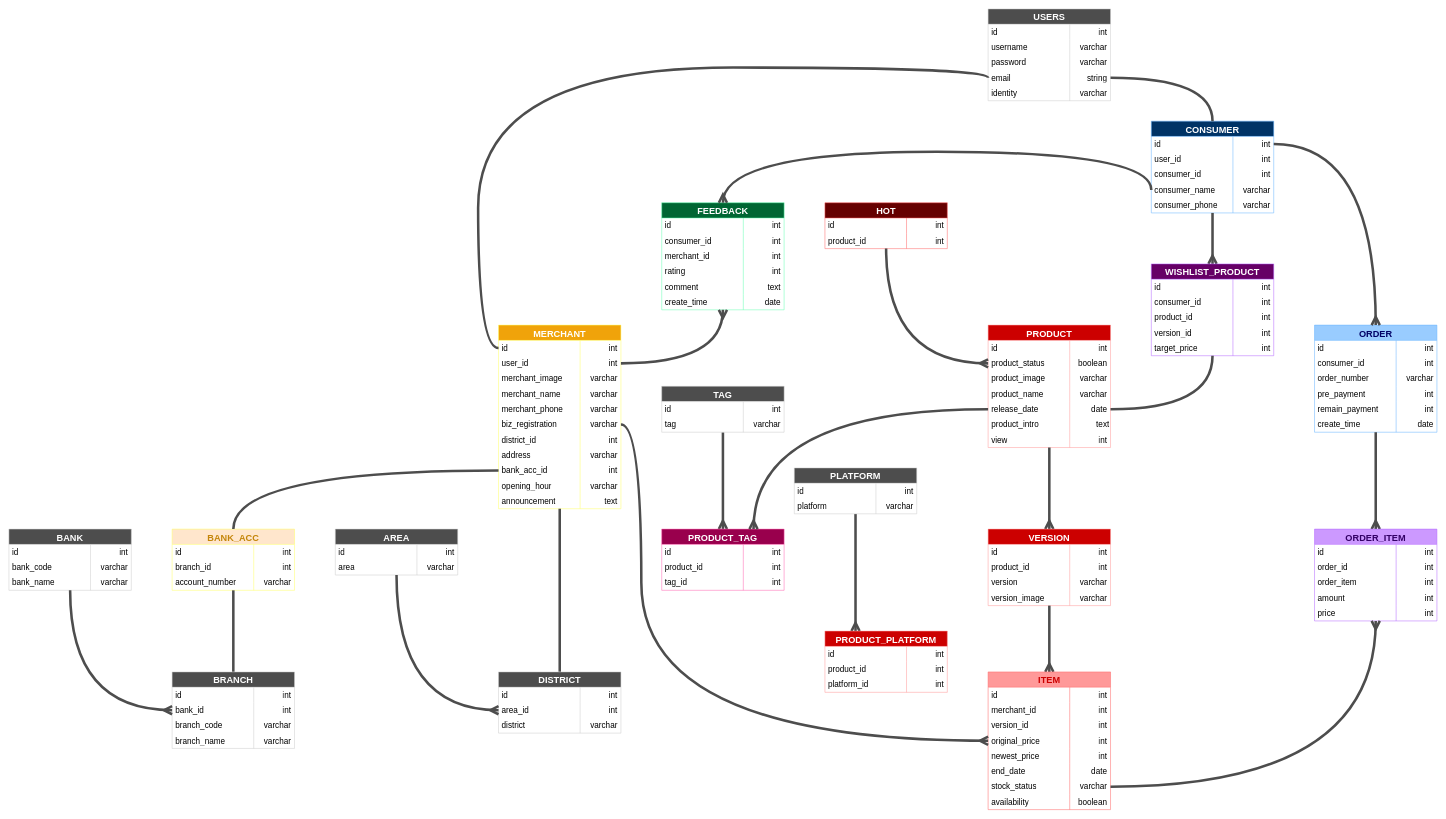
This is guideline/sql_diagram/erd.drawio from Wils0nLin/FRD-Project, a draw.io file, before an edit. Source tidied: cells renumbered, new cells numbered last; positions are measured from the earlier drawing's top-left corner, leaving out a move shared by most shapes. Both pictures are drawn from the tidied source at 51%, with x=0, y=0 at pixel (9, 9).
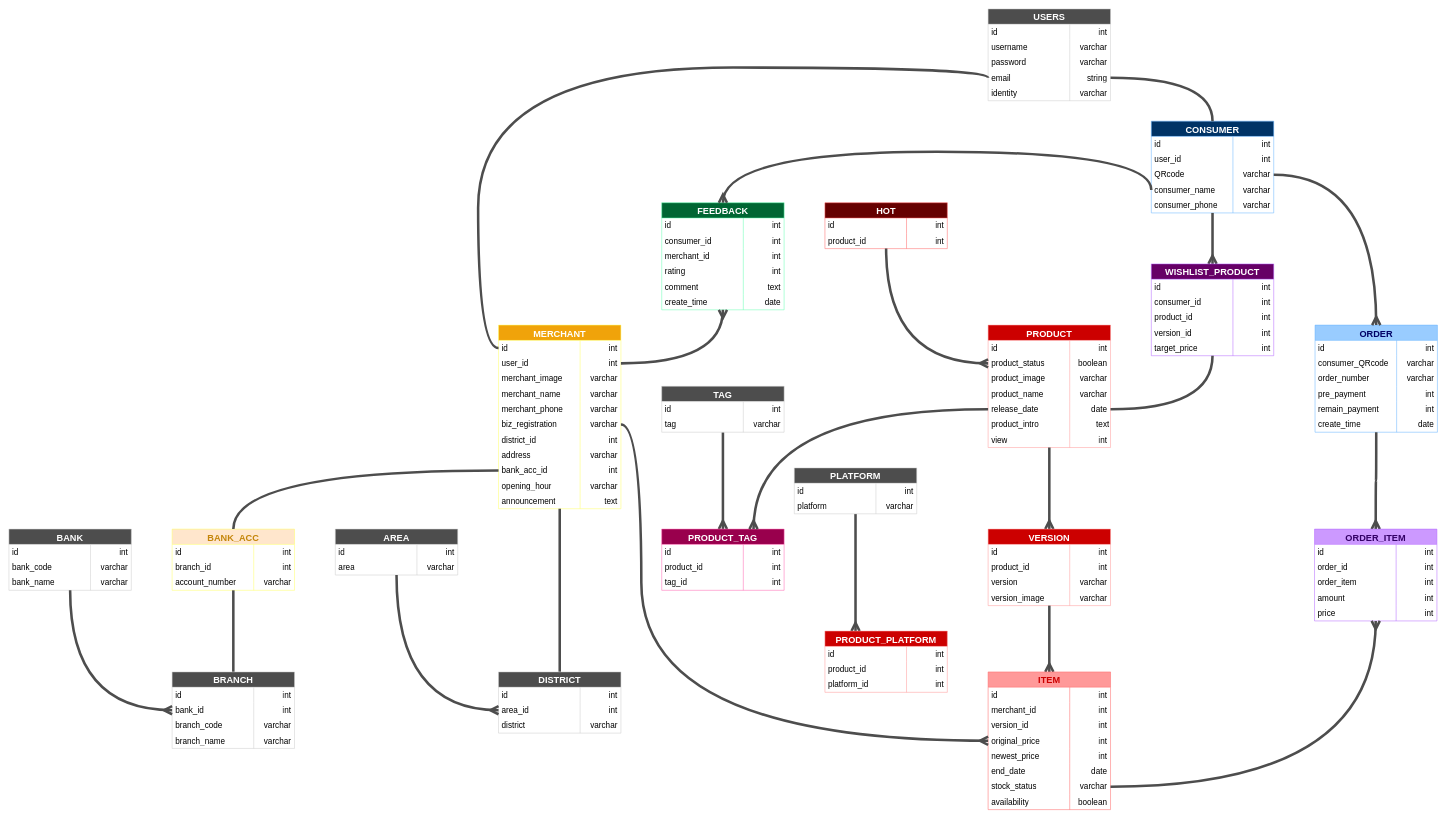
The same page after the edit.

The change refers to these unchanged cells:
```xml
<mxCell id="19" style="shape=tableRow;horizontal=0;startSize=0;swimlaneHead=0;swimlaneBody=0;top=0;left=0;bottom=0;right=0;fillColor=none;points=[[0,0.5],[1,0.5]];portConstraint=eastwest;" parent="18" vertex="1">
  <mxGeometry y="30" width="240" height="30" as="geometry" />
</mxCell>
<mxCell id="25" style="shape=tableRow;horizontal=0;startSize=0;swimlaneHead=0;swimlaneBody=0;top=0;left=0;bottom=0;right=0;fillColor=none;points=[[0,0.5],[1,0.5]];portConstraint=eastwest;" parent="18" vertex="1">
  <mxGeometry y="90" width="240" height="30" as="geometry" />
</mxCell>
<mxCell id="38" style="shape=tableRow;horizontal=0;startSize=0;swimlaneHead=0;swimlaneBody=0;top=0;left=0;bottom=0;right=0;fillColor=none;" parent="34" vertex="1">
  <mxGeometry y="60" width="240" height="30" as="geometry" />
</mxCell>
```

Change to the diagram source:
```diff
@@
-    <mxCell id="26" value="&amp;nbsp;consumer_id" style="shape=partialRectangle;html=1;whiteSpace=wrap;fillColor=none;top=0;left=0;bottom=0;right=0;overflow=hidden;fontSize=16;align=left;" parent="25" vertex="1">
+    <mxCell id="26" value="&amp;nbsp;QRcode" style="shape=partialRectangle;html=1;whiteSpace=wrap;fillColor=none;top=0;left=0;bottom=0;right=0;overflow=hidden;fontSize=16;align=left;" parent="25" vertex="1">
       <mxGeometry width="160" height="30" as="geometry" />
     </mxCell>
-    <mxCell id="27" value="int&amp;nbsp;" style="shape=partialRectangle;html=1;whiteSpace=wrap;fillColor=none;top=0;left=0;bottom=0;right=0;align=right;spacingLeft=6;overflow=hidden;fontSize=16;" parent="25" vertex="1">
+    <mxCell id="27" value="varchar&amp;nbsp;" style="shape=partialRectangle;html=1;whiteSpace=wrap;fillColor=none;top=0;left=0;bottom=0;right=0;align=right;spacingLeft=6;overflow=hidden;fontSize=16;" parent="25" vertex="1">
       <mxGeometry x="160" width="80" height="30" as="geometry" />
     </mxCell>
@@
     <mxCell id="34" value="ORDER" style="shape=table;startSize=30;childLayout=tableLayout;rowLines=0;fontStyle=1;fontSize=18;labelBackgroundColor=none;fillColor=#99CCFF;strokeColor=#66B2FF;labelBorderColor=none;fontColor=#000066;swimlaneFillColor=default;" parent="1" vertex="1">
-      <mxGeometry x="2560" y="620" width="240" height="210" as="geometry" />
+      <mxGeometry x="2561" y="620" width="240" height="210" as="geometry" />
     </mxCell>
@@
-    <mxCell id="39" value="&amp;nbsp;consumer_id" style="shape=partialRectangle;html=1;whiteSpace=wrap;fillColor=none;top=0;left=0;bottom=0;right=0;overflow=hidden;align=left;fontSize=16;" parent="38" vertex="1">
+    <mxCell id="39" value="&amp;nbsp;consumer_QRcode" style="shape=partialRectangle;html=1;whiteSpace=wrap;fillColor=none;top=0;left=0;bottom=0;right=0;overflow=hidden;align=left;fontSize=16;" parent="38" vertex="1">
       <mxGeometry width="160" height="30" as="geometry" />
     </mxCell>
-    <mxCell id="40" value="int&amp;nbsp;" style="shape=partialRectangle;html=1;whiteSpace=wrap;fillColor=none;top=0;left=0;bottom=0;right=0;align=right;spacingLeft=6;overflow=hidden;fontSize=16;" parent="38" vertex="1">
+    <mxCell id="40" value="varchar&amp;nbsp;" style="shape=partialRectangle;html=1;whiteSpace=wrap;fillColor=none;top=0;left=0;bottom=0;right=0;align=right;spacingLeft=6;overflow=hidden;fontSize=16;" parent="38" vertex="1">
       <mxGeometry x="160" width="80" height="30" as="geometry" />
     </mxCell>
@@
-    <mxCell id="293" style="edgeStyle=orthogonalEdgeStyle;curved=1;html=1;exitX=1;exitY=0.5;exitDx=0;exitDy=0;entryX=0.5;entryY=0;entryDx=0;entryDy=0;strokeColor=#4D4D4D;strokeWidth=5;fontSize=16;fontColor=#C4860A;startArrow=none;startFill=0;endArrow=ERmany;endFill=0;startSize=10;endSize=10;" parent="1" edge="1" source="19" target="34">
+    <mxCell id="293" style="edgeStyle=orthogonalEdgeStyle;curved=1;html=1;exitX=1;exitY=0.5;exitDx=0;exitDy=0;entryX=0.5;entryY=0;entryDx=0;entryDy=0;strokeColor=#4D4D4D;strokeWidth=5;fontSize=16;fontColor=#C4860A;startArrow=none;startFill=0;endArrow=ERmany;endFill=0;startSize=10;endSize=10;" parent="1" edge="1" source="25" target="34">
       <mxGeometry relative="1" as="geometry" />
     </mxCell>
```
